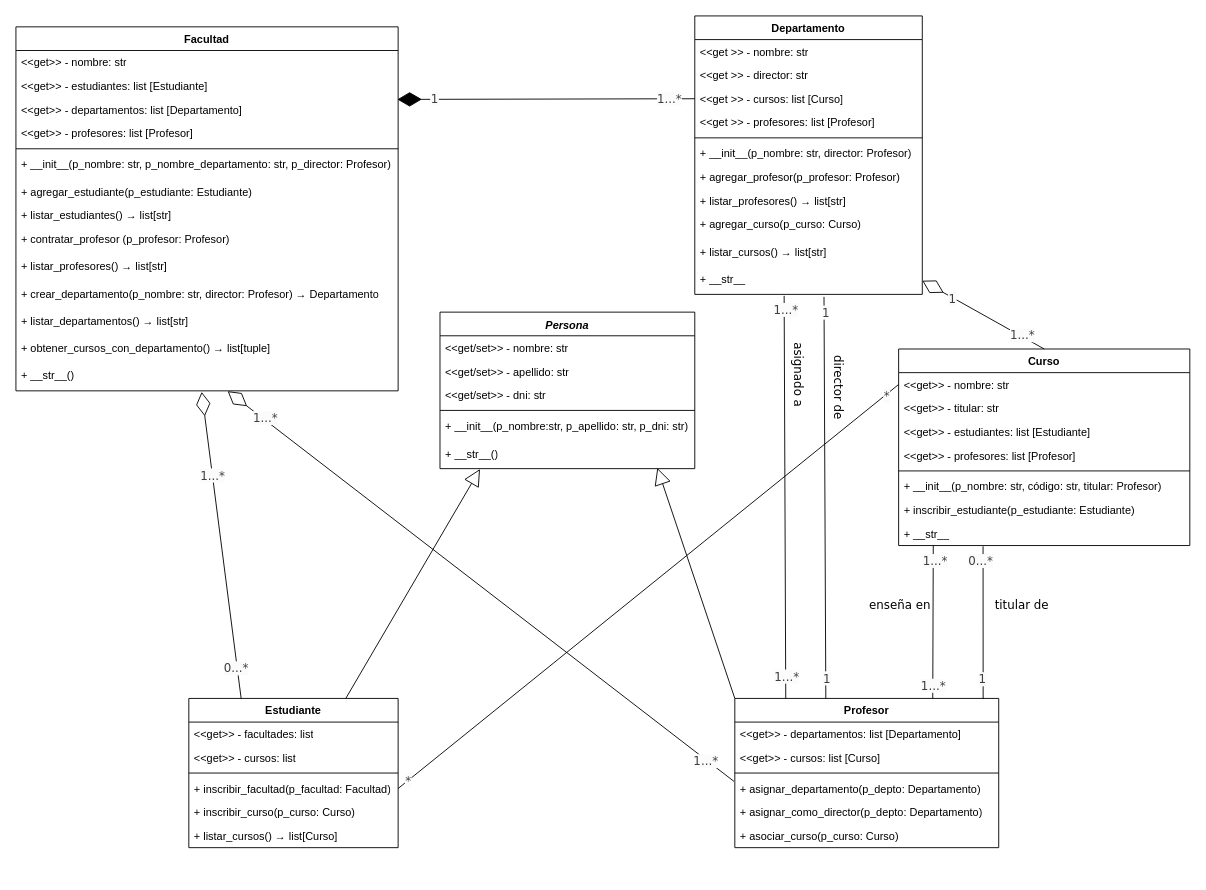
The draw.io diagram TrabajoPractico_2/proyecto1/docs/diagrama_UML_p1.drawio in FelipeCarrozzo/prog_avanzada, before the edit. Source tidied: cells renumbered, new cells numbered last; positions are measured from the earlier drawing's top-left corner, leaving out a move shared by most shapes. Both pictures are drawn from the tidied source at 91%, with x=0, y=0 at pixel (15, 15).
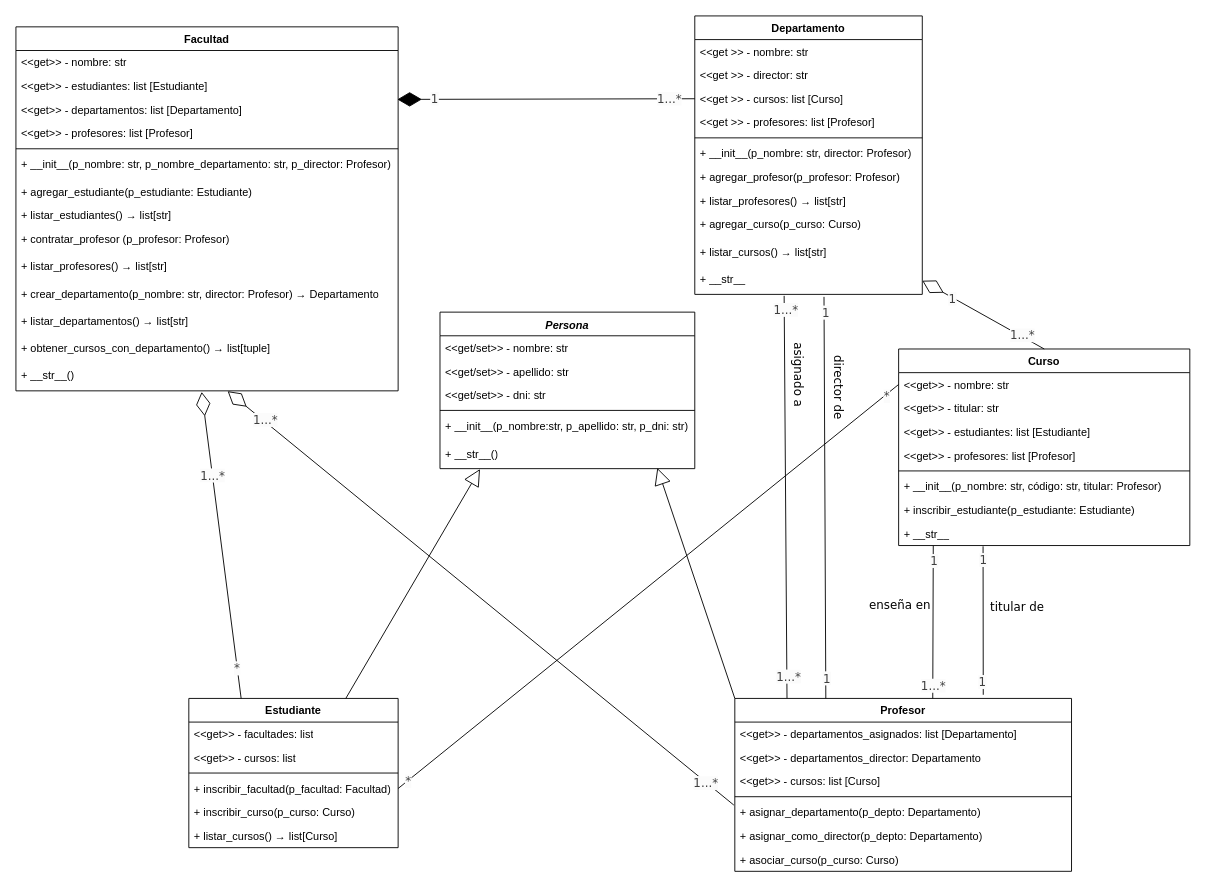
After the change.

Commit message (it also covers changes not shown here):
correcciones uml y main

Unchanged cells that the change refers to:
```xml
<mxCell id="44" value="+ __str__" style="text;strokeColor=none;fillColor=none;align=left;verticalAlign=top;spacingLeft=4;spacingRight=4;overflow=hidden;points=[[0,0.5],[1,0.5]];portConstraint=eastwest;whiteSpace=wrap;html=1;" parent="36" vertex="1">
  <mxGeometry y="190" width="320" height="26" as="geometry" />
</mxCell>
<mxCell id="67" style="edgeStyle=none;html=1;entryX=0.75;entryY=0;entryDx=0;entryDy=0;endArrow=none;endFill=0;exitX=0.119;exitY=1.009;exitDx=0;exitDy=0;exitPerimeter=0;" parent="1" edge="1" source="44">
  <mxGeometry relative="1" as="geometry">
    <mxPoint x="1007.5" y="750" as="targetPoint" />
  </mxGeometry>
</mxCell>
<mxCell id="73" style="endArrow=diamondThin;endFill=0;endSize=24;html=1;exitX=0.25;exitY=0;exitDx=0;exitDy=0;entryX=0.486;entryY=1.04;entryDx=0;entryDy=0;entryPerimeter=0;" parent="1" edge="1" source="29" target="16">
  <mxGeometry relative="1" as="geometry" />
</mxCell>
```

The edit, as a diff of the source:
```diff
@@
     <mxCell id="45" value="Profesor" style="swimlane;fontStyle=1;align=center;verticalAlign=top;horizontal=1;startSize=26;whiteSpace=wrap;html=1;" parent="1" vertex="1">
-      <mxGeometry x="790" y="750" width="290" height="164" as="geometry" />
+      <mxGeometry x="790" y="750" width="370" height="190" as="geometry" />
     </mxCell>
-    <mxCell id="46" value="&amp;lt;&amp;lt;get&amp;gt;&amp;gt; - departamentos: list [Departamento]" style="text;strokeColor=none;fillColor=none;align=left;verticalAlign=top;spacingLeft=4;spacingRight=4;overflow=hidden;whiteSpace=wrap;html=1;" parent="45" vertex="1">
-      <mxGeometry y="26" width="290" height="26" as="geometry" />
+    <mxCell id="46" value="&amp;lt;&amp;lt;get&amp;gt;&amp;gt; - departamentos_asignados: list [Departamento]" style="text;strokeColor=none;fillColor=none;align=left;verticalAlign=top;spacingLeft=4;spacingRight=4;overflow=hidden;whiteSpace=wrap;html=1;" parent="45" vertex="1">
+      <mxGeometry y="26" width="370" height="26" as="geometry" />
     </mxCell>
+    <mxCell id="92" value="&amp;lt;&amp;lt;get&amp;gt;&amp;gt; - departamentos_director: Departamento" style="text;strokeColor=none;fillColor=none;align=left;verticalAlign=top;spacingLeft=4;spacingRight=4;overflow=hidden;whiteSpace=wrap;html=1;" parent="45" vertex="1">
+      <mxGeometry y="52" width="370" height="26" as="geometry" />
+    </mxCell>
     <mxCell id="47" value="&amp;lt;&amp;lt;get&amp;gt;&amp;gt; - cursos: list [Curso]" style="text;strokeColor=none;fillColor=none;align=left;verticalAlign=top;spacingLeft=4;spacingRight=4;overflow=hidden;whiteSpace=wrap;html=1;" parent="45" vertex="1">
-      <mxGeometry y="52" width="290" height="26" as="geometry" />
+      <mxGeometry y="78" width="370" height="26" as="geometry" />
     </mxCell>
     <mxCell id="48" style="line;strokeWidth=1;fillColor=none;align=left;verticalAlign=middle;spacingTop=-1;spacingLeft=3;spacingRight=3;labelPosition=right;strokeColor=inherit;" parent="45" vertex="1">
-      <mxGeometry y="78" width="290" height="8" as="geometry" />
+      <mxGeometry y="104" width="370" height="8" as="geometry" />
     </mxCell>
     <mxCell id="49" value="+ asignar_departamento(p_depto: Departamento)" style="text;strokeColor=none;fillColor=none;align=left;verticalAlign=top;spacingLeft=4;spacingRight=4;overflow=hidden;points=[[0,0.5],[1,0.5]];portConstraint=eastwest;whiteSpace=wrap;html=1;" parent="45" vertex="1">
-      <mxGeometry y="86" width="290" height="26" as="geometry" />
+      <mxGeometry y="112" width="370" height="26" as="geometry" />
     </mxCell>
     <mxCell id="50" value="+ asignar_como_director(p_depto: Departamento)" style="text;strokeColor=none;fillColor=none;align=left;verticalAlign=top;spacingLeft=4;spacingRight=4;overflow=hidden;whiteSpace=wrap;html=1;" parent="45" vertex="1">
-      <mxGeometry y="112" width="290" height="26" as="geometry" />
+      <mxGeometry y="138" width="370" height="26" as="geometry" />
     </mxCell>
     <mxCell id="51" value="+ asociar_curso(p_curso: Curso)" style="text;strokeColor=none;fillColor=none;align=left;verticalAlign=top;spacingLeft=4;spacingRight=4;overflow=hidden;whiteSpace=wrap;html=1;" parent="45" vertex="1">
-      <mxGeometry y="138" width="290" height="26" as="geometry" />
+      <mxGeometry y="164" width="370" height="26" as="geometry" />
     </mxCell>
@@
-    <mxCell id="69" value="&lt;span style=&quot;color: rgb(63, 63, 63); font-family: Verdana; font-size: 13px; text-align: left; text-wrap-mode: wrap; background-color: rgb(251, 251, 251);&quot;&gt;1...*&lt;/span&gt;" style="edgeLabel;html=1;align=center;verticalAlign=middle;" parent="67" vertex="1">
-      <mxGeometry x="-0.81" y="1" relative="1" as="geometry" />
+    <mxCell id="69" value="&lt;span style=&quot;color: rgb(63, 63, 63); font-family: Verdana; font-size: 13px; text-align: left; text-wrap-mode: wrap; background-color: rgb(251, 251, 251);&quot;&gt;1&lt;/span&gt;" style="edgeLabel;html=1;align=center;verticalAlign=middle;" parent="67" vertex="1">
+      <mxGeometry x="-0.81" y="1" relative="1" as="geometry">
+        <mxPoint x="-1" as="offset" />
+      </mxGeometry>
     </mxCell>
@@
-    <mxCell id="75" value="&lt;span style=&quot;color: rgb(63, 63, 63); font-family: Verdana; font-size: 13px; text-align: left; text-wrap-mode: wrap; background-color: rgb(251, 251, 251);&quot;&gt;0...*&lt;/span&gt;" style="edgeLabel;html=1;align=center;verticalAlign=middle;" parent="73" vertex="1">
-      <mxGeometry x="-0.8" y="2" relative="1" as="geometry" />
+    <mxCell id="75" value="&lt;span style=&quot;color: rgb(63, 63, 63); font-family: Verdana; font-size: 13px; text-align: left; text-wrap-mode: wrap; background-color: rgb(251, 251, 251);&quot;&gt;*&lt;/span&gt;" style="edgeLabel;html=1;align=center;verticalAlign=middle;" parent="73" vertex="1">
+      <mxGeometry x="-0.8" y="2" relative="1" as="geometry">
+        <mxPoint x="1" as="offset" />
+      </mxGeometry>
     </mxCell>
@@
-    <mxCell id="79" style="edgeStyle=none;html=1;exitX=0.193;exitY=0;exitDx=0;exitDy=0;endArrow=none;endFill=0;entryX=0.173;entryY=1.053;entryDx=0;entryDy=0;entryPerimeter=0;exitPerimeter=0;" parent="1" edge="1" source="45">
+    <mxCell id="79" style="edgeStyle=none;html=1;exitX=0.155;exitY=-0.001;exitDx=0;exitDy=0;endArrow=none;endFill=0;entryX=0.173;entryY=1.053;entryDx=0;entryDy=0;entryPerimeter=0;exitPerimeter=0;" parent="1" edge="1" source="45">
       <mxGeometry relative="1" as="geometry">
         <mxPoint x="844.2" y="307.6" as="targetPoint" />
       </mxGeometry>
     </mxCell>
@@
-    <mxCell id="87" style="edgeStyle=none;html=1;endArrow=none;endFill=0;exitX=0.29;exitY=1.032;exitDx=0;exitDy=0;exitPerimeter=0;entryX=0.941;entryY=0.004;entryDx=0;entryDy=0;entryPerimeter=0;" parent="1" edge="1" source="44" target="45">
-      <mxGeometry relative="1" as="geometry" />
+    <mxCell id="87" style="edgeStyle=none;html=1;endArrow=none;endFill=0;exitX=0.29;exitY=1.032;exitDx=0;exitDy=0;exitPerimeter=0;" parent="1" edge="1" source="44">
+      <mxGeometry relative="1" as="geometry">
+        <mxPoint x="1063" y="746" as="targetPoint" />
+      </mxGeometry>
     </mxCell>
-    <mxCell id="88" value="&lt;span style=&quot;color: rgb(63, 63, 63); font-family: Verdana; font-size: 13px; text-align: left; text-wrap-mode: wrap; background-color: rgb(251, 251, 251);&quot;&gt;0...*&lt;/span&gt;" style="edgeLabel;html=1;align=center;verticalAlign=middle;" parent="87" vertex="1">
+    <mxCell id="88" value="&lt;span style=&quot;color: rgb(63, 63, 63); font-family: Verdana; font-size: 13px; text-align: left; text-wrap-mode: wrap; background-color: rgb(251, 251, 251);&quot;&gt;1&lt;/span&gt;" style="edgeLabel;html=1;align=center;verticalAlign=middle;" parent="87" vertex="1">
       <mxGeometry x="-0.85" relative="1" as="geometry">
-        <mxPoint x="-3" y="3" as="offset" />
+        <mxPoint y="3" as="offset" />
       </mxGeometry>
     </mxCell>
     <mxCell id="89" value="&lt;span style=&quot;color: rgb(63, 63, 63); font-family: Verdana; font-size: 13px; text-align: left; text-wrap-mode: wrap; background-color: rgb(251, 251, 251);&quot;&gt;1&lt;/span&gt;" style="edgeLabel;html=1;align=center;verticalAlign=middle;" parent="87" vertex="1">
-      <mxGeometry x="0.74" y="-1" relative="1" as="geometry" />
+      <mxGeometry x="0.74" y="-1" relative="1" as="geometry">
+        <mxPoint y="7" as="offset" />
+      </mxGeometry>
     </mxCell>
@@
     <mxCell id="91" value="&lt;font face=&quot;Verdana&quot; style=&quot;font-size: 13px;&quot;&gt;titular de&lt;/font&gt;&lt;div&gt;&lt;font face=&quot;Verdana&quot; style=&quot;font-size: 13px;&quot;&gt;&lt;br&gt;&lt;/font&gt;&lt;/div&gt;" style="text;strokeColor=none;fillColor=none;align=left;verticalAlign=top;spacingLeft=4;spacingRight=4;overflow=hidden;whiteSpace=wrap;html=1;fontFamily=Helvetica;" parent="1" vertex="1">
-      <mxGeometry x="1070" y="633" width="90" height="30" as="geometry" />
+      <mxGeometry x="1065" y="635" width="90" height="30" as="geometry" />
     </mxCell>
```
